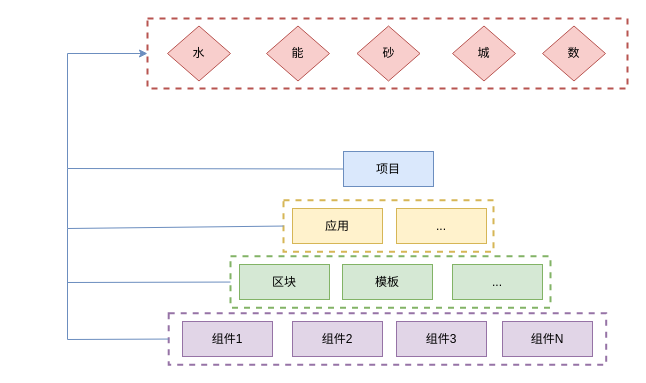
Above: 低代码——金字塔结构成果复用.drawio in tangyaosimida/love (draw.io), before the change. Source tidied: cells renumbered, new cells numbered last; positions are measured from the earlier drawing's top-left corner, leaving out a move shared by most shapes. Both pictures are drawn from the tidied source at 100%, with x=0, y=0 at pixel (67, 18).
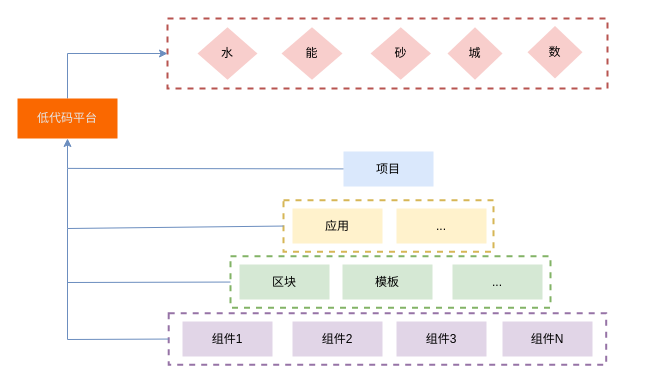
After the change.

Commit message:
更新低代码——金字塔结构成果复用.drawio

Diff of the diagram source:
```diff
@@
+    <mxCell id="21" style="rounded=0;whiteSpace=wrap;html=1;fillColor=none;strokeColor=#d6b656;dashed=1;strokeWidth=2;" parent="1" vertex="1">
+      <mxGeometry x="216" y="181.8" width="210" height="51.5" as="geometry" />
+    </mxCell>
@@
     <mxCell id="4" style="rounded=0;whiteSpace=wrap;html=1;fillColor=none;strokeColor=#b85450;strokeWidth=2;dashed=1;" parent="1" vertex="1">
-      <mxGeometry x="80" width="480" height="70" as="geometry" />
+      <mxGeometry x="100" width="440" height="70" as="geometry" />
     </mxCell>
-    <mxCell id="5" value="组件1" style="rounded=0;whiteSpace=wrap;html=1;fillColor=#e1d5e7;strokeColor=#9673a6;" parent="1" vertex="1">
+    <mxCell id="5" value="组件1" style="rounded=0;whiteSpace=wrap;html=1;fillColor=#e1d5e7;strokeColor=none;" parent="1" vertex="1">
       <mxGeometry x="115" y="303" width="90" height="35" as="geometry" />
     </mxCell>
-    <mxCell id="6" value="组件2" style="rounded=0;whiteSpace=wrap;html=1;fillColor=#e1d5e7;strokeColor=#9673a6;" parent="1" vertex="1">
+    <mxCell id="6" value="组件2" style="rounded=0;whiteSpace=wrap;html=1;fillColor=#e1d5e7;strokeColor=none;" parent="1" vertex="1">
       <mxGeometry x="225" y="303" width="90" height="35" as="geometry" />
     </mxCell>
-    <mxCell id="7" value="组件3" style="rounded=0;whiteSpace=wrap;html=1;fillColor=#e1d5e7;strokeColor=#9673a6;" parent="1" vertex="1">
+    <mxCell id="7" value="组件3" style="rounded=0;whiteSpace=wrap;html=1;fillColor=#e1d5e7;strokeColor=none;" parent="1" vertex="1">
       <mxGeometry x="329" y="303" width="90" height="35" as="geometry" />
     </mxCell>
-    <mxCell id="8" value="组件N" style="rounded=0;whiteSpace=wrap;html=1;fillColor=#e1d5e7;strokeColor=#9673a6;" parent="1" vertex="1">
+    <mxCell id="8" value="组件N" style="rounded=0;whiteSpace=wrap;html=1;fillColor=#e1d5e7;strokeColor=none;" parent="1" vertex="1">
       <mxGeometry x="435" y="303" width="90" height="35" as="geometry" />
     </mxCell>
-    <mxCell id="9" value="区块" style="rounded=0;whiteSpace=wrap;html=1;fillColor=#d5e8d4;strokeColor=#82b366;" parent="1" vertex="1">
+    <mxCell id="9" value="区块" style="rounded=0;whiteSpace=wrap;html=1;fillColor=#d5e8d4;strokeColor=none;" parent="1" vertex="1">
       <mxGeometry x="172" y="246" width="90" height="35" as="geometry" />
     </mxCell>
-    <mxCell id="10" value="模板" style="rounded=0;whiteSpace=wrap;html=1;fillColor=#d5e8d4;strokeColor=#82b366;" parent="1" vertex="1">
+    <mxCell id="10" value="模板" style="rounded=0;whiteSpace=wrap;html=1;fillColor=#d5e8d4;strokeColor=none;" parent="1" vertex="1">
       <mxGeometry x="275" y="246" width="90" height="35" as="geometry" />
     </mxCell>
-    <mxCell id="11" value="..." style="rounded=0;whiteSpace=wrap;html=1;fillColor=#d5e8d4;strokeColor=#82b366;" parent="1" vertex="1">
+    <mxCell id="11" value="..." style="rounded=0;whiteSpace=wrap;html=1;fillColor=#d5e8d4;strokeColor=none;" parent="1" vertex="1">
       <mxGeometry x="385" y="246" width="90" height="35" as="geometry" />
     </mxCell>
-    <mxCell id="12" value="应用" style="rounded=0;whiteSpace=wrap;html=1;fillColor=#fff2cc;strokeColor=#d6b656;" parent="1" vertex="1">
+    <mxCell id="12" value="应用" style="rounded=0;whiteSpace=wrap;html=1;fillColor=#fff2cc;strokeColor=none;" parent="1" vertex="1">
       <mxGeometry x="225" y="190" width="90" height="35" as="geometry" />
     </mxCell>
-    <mxCell id="13" value="..." style="rounded=0;whiteSpace=wrap;html=1;fillColor=#fff2cc;strokeColor=#d6b656;" parent="1" vertex="1">
+    <mxCell id="13" value="..." style="rounded=0;whiteSpace=wrap;html=1;fillColor=#fff2cc;strokeColor=none;" parent="1" vertex="1">
       <mxGeometry x="329" y="190" width="90" height="35" as="geometry" />
     </mxCell>
-    <mxCell id="14" value="项目" style="rounded=0;whiteSpace=wrap;html=1;fillColor=#dae8fc;strokeColor=#6c8ebf;" parent="1" vertex="1">
+    <mxCell id="14" value="项目" style="rounded=0;whiteSpace=wrap;html=1;fillColor=#dae8fc;strokeColor=none;" parent="1" vertex="1">
       <mxGeometry x="276" y="133" width="90" height="35" as="geometry" />
     </mxCell>
-    <mxCell id="15" value="水" style="rhombus;whiteSpace=wrap;html=1;fillColor=#f8cecc;strokeColor=#b85450;" parent="1" vertex="1">
-      <mxGeometry x="100" y="7.5" width="63" height="55" as="geometry" />
+    <mxCell id="15" value="水" style="rhombus;whiteSpace=wrap;html=1;fillColor=#f8cecc;strokeColor=none;" parent="1" vertex="1">
+      <mxGeometry x="130" y="8.8" width="60" height="52.5" as="geometry" />
     </mxCell>
-    <mxCell id="16" value="砂" style="rhombus;whiteSpace=wrap;html=1;fillColor=#f8cecc;strokeColor=#b85450;" parent="1" vertex="1">
-      <mxGeometry x="289.5" y="7.5" width="63" height="55" as="geometry" />
+    <mxCell id="16" value="砂" style="rhombus;whiteSpace=wrap;html=1;fillColor=#f8cecc;strokeColor=none;" parent="1" vertex="1">
+      <mxGeometry x="303" y="8.8" width="60.5" height="52.5" as="geometry" />
     </mxCell>
-    <mxCell id="17" value="数" style="rhombus;whiteSpace=wrap;html=1;fillColor=#f8cecc;strokeColor=#b85450;" parent="1" vertex="1">
-      <mxGeometry x="475" y="7.5" width="63" height="55" as="geometry" />
+    <mxCell id="17" value="数" style="rhombus;whiteSpace=wrap;html=1;fillColor=#f8cecc;strokeColor=none;" parent="1" vertex="1">
+      <mxGeometry x="460" y="7.5" width="55" height="52.5" as="geometry" />
     </mxCell>
-    <mxCell id="18" value="城" style="rhombus;whiteSpace=wrap;html=1;fillColor=#f8cecc;strokeColor=#b85450;" parent="1" vertex="1">
-      <mxGeometry x="385" y="7.5" width="63" height="55" as="geometry" />
+    <mxCell id="18" value="城" style="rhombus;whiteSpace=wrap;html=1;fillColor=#f8cecc;strokeColor=none;" parent="1" vertex="1">
+      <mxGeometry x="380" y="8.8" width="55" height="52.5" as="geometry" />
     </mxCell>
-    <mxCell id="19" value="能" style="rhombus;whiteSpace=wrap;html=1;fillColor=#f8cecc;strokeColor=#b85450;" parent="1" vertex="1">
-      <mxGeometry x="199" y="7.5" width="63" height="55" as="geometry" />
+    <mxCell id="19" value="能" style="rhombus;whiteSpace=wrap;html=1;fillColor=#f8cecc;strokeColor=none;" parent="1" vertex="1">
+      <mxGeometry x="214" y="8.8" width="61" height="52.5" as="geometry" />
     </mxCell>
-    <mxCell id="20" style="endArrow=classic;html=1;rounded=0;exitX=0;exitY=0.5;exitDx=0;exitDy=0;entryX=0;entryY=0.5;entryDx=0;entryDy=0;fillColor=#dae8fc;strokeColor=#6c8ebf;" parent="1" edge="1" source="14" target="4">
+    <mxCell id="20" style="endArrow=classic;html=1;rounded=0;exitX=0.5;exitY=0;exitDx=0;exitDy=0;entryX=0;entryY=0.5;entryDx=0;entryDy=0;fillColor=#dae8fc;strokeColor=#6c8ebf;" parent="1" edge="1" source="26" target="4">
       <mxGeometry relative="1" as="geometry">
         <Array as="points">
-          <mxPoint y="150" />
           <mxPoint y="35" />
         </Array>
       </mxGeometry>
     </mxCell>
-    <mxCell id="21" style="rounded=0;whiteSpace=wrap;html=1;fillColor=none;strokeColor=#d6b656;dashed=1;strokeWidth=2;" parent="1" vertex="1">
-      <mxGeometry x="216" y="181.8" width="210" height="51.5" as="geometry" />
-    </mxCell>
@@
+    <mxCell id="25" style="endArrow=classic;html=1;rounded=0;exitX=0;exitY=0.5;exitDx=0;exitDy=0;entryX=0.5;entryY=1;entryDx=0;entryDy=0;fillColor=#dae8fc;strokeColor=#6c8ebf;" parent="1" edge="1" target="26">
+      <mxGeometry relative="1" as="geometry">
+        <mxPoint x="276" y="150.4" as="sourcePoint" />
+        <Array as="points">
+          <mxPoint y="149.9" />
+        </Array>
+      </mxGeometry>
+    </mxCell>
+    <mxCell id="26" value="低代码平台" style="rounded=0;whiteSpace=wrap;html=1;fillColor=#fa6800;strokeColor=none;fontColor=#E6E6E6;" parent="1" vertex="1">
+      <mxGeometry x="-50" y="80" width="100" height="40" as="geometry" />
+    </mxCell>
```
